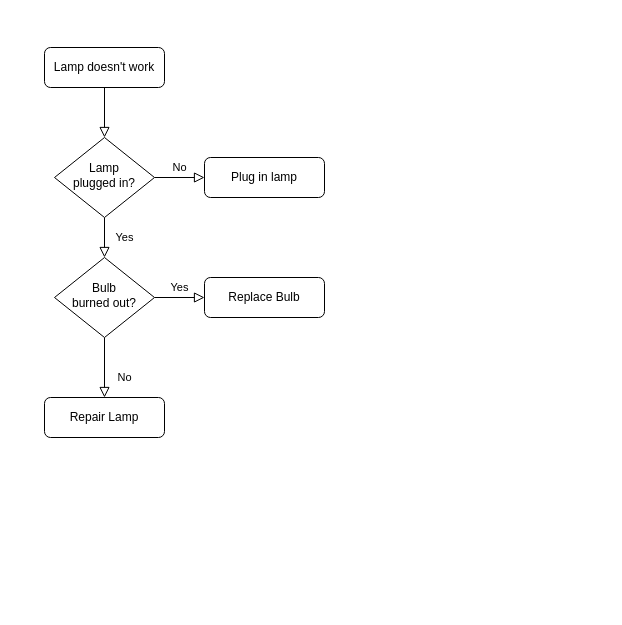
Domo2932/hello-world keeps this draw.io diagram as playmaker_bootloader.drawio. Above is the earlier version. Source tidied: cells renumbered, new cells numbered last; positions are measured from the earlier drawing's top-left corner, leaving out a move shared by most shapes. Both pictures are drawn from the tidied source at 100%, with x=0, y=0 at pixel (44, 47).
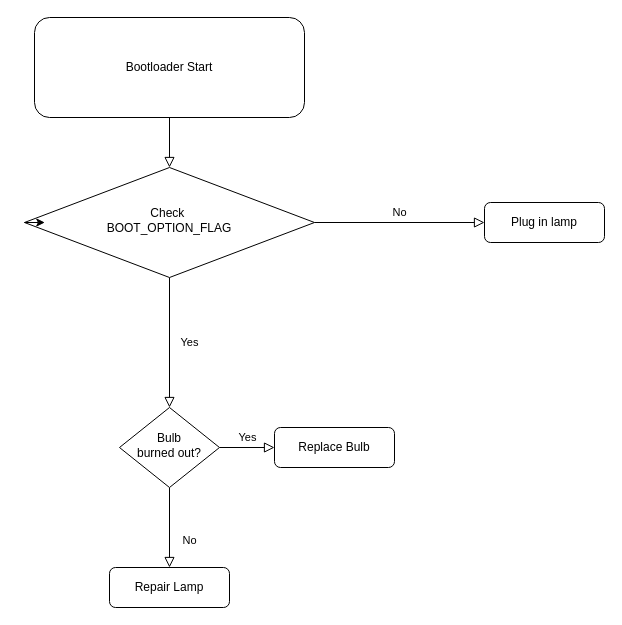
The same diagram, later.

Diff of the diagram source:
```diff
@@
 <mxGraphModel>
   <root>
     <mxCell id="0" />
     <mxCell id="1" parent="0" />
     <mxCell id="2" style="rounded=0;html=1;jettySize=auto;fontSize=11;endArrow=block;endFill=0;endSize=8;strokeWidth=1;shadow=0;labelBackgroundColor=none;edgeStyle=orthogonalEdgeStyle;" parent="1" edge="1" source="3" target="6">
       <mxGeometry relative="1" as="geometry" />
     </mxCell>
-    <mxCell id="3" value="Lamp doesn't work" style="rounded=1;whiteSpace=wrap;html=1;fontSize=12;glass=0;strokeWidth=1;shadow=0;" parent="1" vertex="1">
-      <mxGeometry width="120" height="40" as="geometry" />
+    <mxCell id="3" value="Bootloader Start" style="rounded=1;whiteSpace=wrap;html=1;fontSize=12;glass=0;strokeWidth=1;shadow=0;" parent="1" vertex="1">
+      <mxGeometry x="-10" y="-30" width="270" height="100" as="geometry" />
     </mxCell>
     <mxCell id="4" value="Yes" style="rounded=0;html=1;jettySize=auto;fontSize=11;endArrow=block;endFill=0;endSize=8;strokeWidth=1;shadow=0;labelBackgroundColor=none;edgeStyle=orthogonalEdgeStyle;" parent="1" edge="1" source="6" target="10">
       <mxGeometry y="20" relative="1" as="geometry" />
     </mxCell>
     <mxCell id="5" value="No" style="edgeStyle=orthogonalEdgeStyle;rounded=0;html=1;jettySize=auto;fontSize=11;endArrow=block;endFill=0;endSize=8;strokeWidth=1;shadow=0;labelBackgroundColor=none;" parent="1" edge="1" source="6" target="7">
       <mxGeometry y="10" relative="1" as="geometry" />
     </mxCell>
-    <mxCell id="6" value="Lamp&lt;br&gt;plugged in?" style="rhombus;whiteSpace=wrap;html=1;shadow=0;fontFamily=Helvetica;fontSize=12;align=center;strokeWidth=1;spacing=6;spacingTop=-4;" parent="1" vertex="1">
-      <mxGeometry x="10" y="90" width="100" height="80" as="geometry" />
+    <mxCell id="6" value="Check&amp;nbsp;&lt;div&gt;BOOT_OPTION_FLAG&lt;/div&gt;" style="rhombus;whiteSpace=wrap;html=1;shadow=0;fontFamily=Helvetica;fontSize=12;align=center;strokeWidth=1;spacing=6;spacingTop=-4;" parent="1" vertex="1">
+      <mxGeometry x="-20" y="120" width="290" height="110" as="geometry" />
     </mxCell>
     <mxCell id="7" value="Plug in lamp" style="rounded=1;whiteSpace=wrap;html=1;fontSize=12;glass=0;strokeWidth=1;shadow=0;" parent="1" vertex="1">
-      <mxGeometry x="160" y="110" width="120" height="40" as="geometry" />
+      <mxGeometry x="440" y="155" width="120" height="40" as="geometry" />
     </mxCell>
     <mxCell id="8" value="No" style="rounded=0;html=1;jettySize=auto;fontSize=11;endArrow=block;endFill=0;endSize=8;strokeWidth=1;shadow=0;labelBackgroundColor=none;edgeStyle=orthogonalEdgeStyle;" parent="1" edge="1" source="10" target="11">
       <mxGeometry x="0.33" y="20" relative="1" as="geometry" />
     </mxCell>
     <mxCell id="9" value="Yes" style="edgeStyle=orthogonalEdgeStyle;rounded=0;html=1;jettySize=auto;fontSize=11;endArrow=block;endFill=0;endSize=8;strokeWidth=1;shadow=0;labelBackgroundColor=none;" parent="1" edge="1" source="10" target="12">
       <mxGeometry y="10" relative="1" as="geometry" />
     </mxCell>
     <mxCell id="10" value="Bulb&lt;br&gt;burned out?" style="rhombus;whiteSpace=wrap;html=1;shadow=0;fontFamily=Helvetica;fontSize=12;align=center;strokeWidth=1;spacing=6;spacingTop=-4;" parent="1" vertex="1">
-      <mxGeometry x="10" y="210" width="100" height="80" as="geometry" />
+      <mxGeometry x="75" y="360" width="100" height="80" as="geometry" />
     </mxCell>
     <mxCell id="11" value="Repair Lamp" style="rounded=1;whiteSpace=wrap;html=1;fontSize=12;glass=0;strokeWidth=1;shadow=0;" parent="1" vertex="1">
-      <mxGeometry y="350" width="120" height="40" as="geometry" />
+      <mxGeometry x="65" y="520" width="120" height="40" as="geometry" />
     </mxCell>
     <mxCell id="12" value="Replace Bulb" style="rounded=1;whiteSpace=wrap;html=1;fontSize=12;glass=0;strokeWidth=1;shadow=0;" parent="1" vertex="1">
-      <mxGeometry x="160" y="230" width="120" height="40" as="geometry" />
+      <mxGeometry x="230" y="380" width="120" height="40" as="geometry" />
     </mxCell>
+    <mxCell id="13" style="edgeStyle=orthogonalEdgeStyle;rounded=0;orthogonalLoop=1;jettySize=auto;html=1;exitX=0;exitY=0.5;exitDx=0;exitDy=0;entryX=0.07;entryY=0.5;entryDx=0;entryDy=0;entryPerimeter=0;" parent="1" edge="1" source="6" target="6">
+      <mxGeometry relative="1" as="geometry" />
+    </mxCell>
   </root>
 </mxGraphModel>
```
